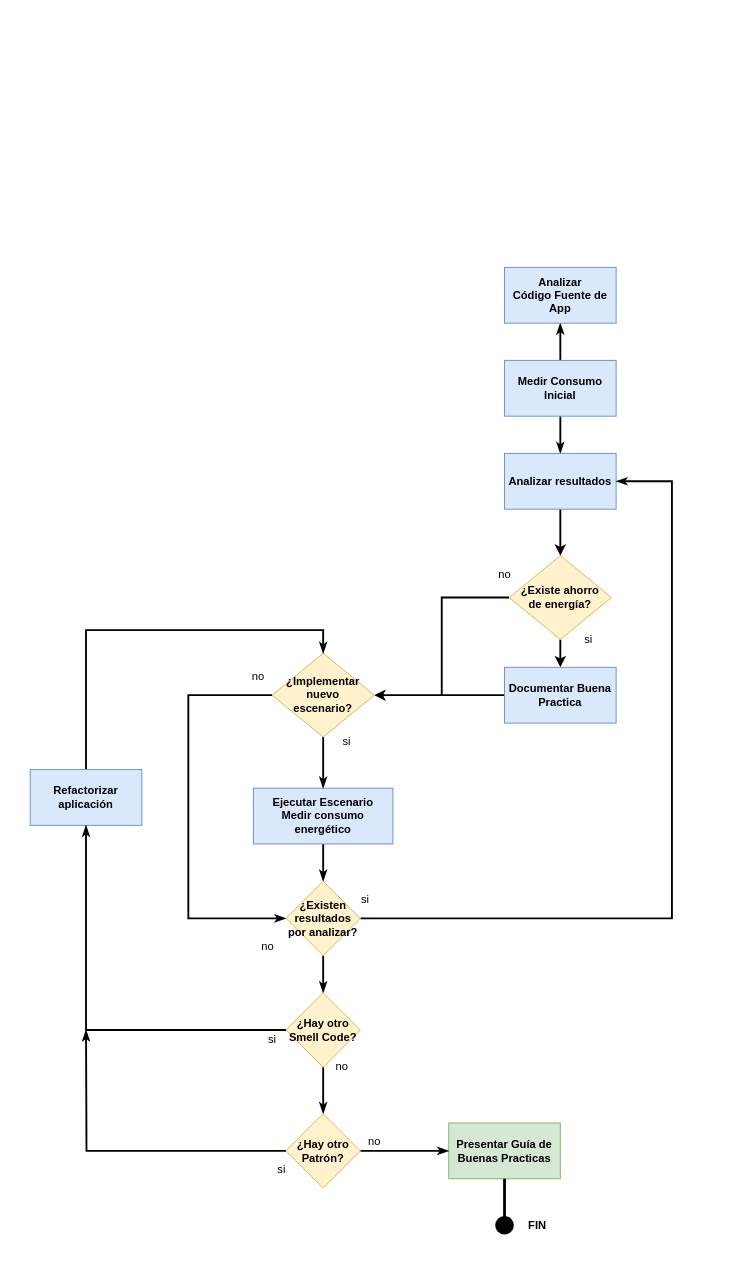
Above: page "Page-2" (2 of 2) of Estrategia de trabajo.drawio in XimenaB01/AgendaDocente (draw.io), before the change. Source tidied: cells renumbered, new cells numbered last; positions are measured from the earlier drawing's top-left corner, leaving out a move shared by most shapes. Both pictures are drawn from the tidied source at 93%, with x=0, y=0 at pixel (30, 267).
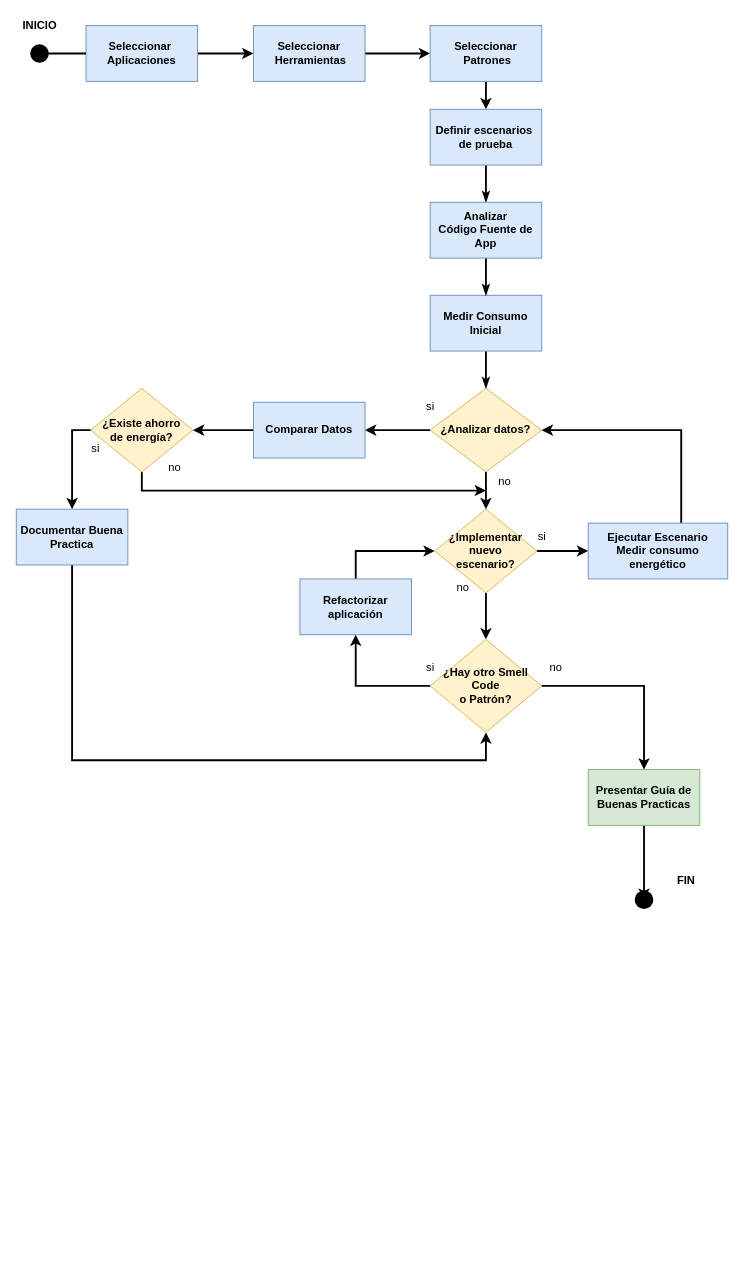
The same page after the edit.

What changed in the source:
```diff
@@
+    <mxCell id="44" style="edgeStyle=orthogonalEdgeStyle;rounded=0;jettySize=auto;html=1;strokeWidth=2;" parent="1" edge="1" source="45" target="47">
+      <mxGeometry relative="1" as="geometry" />
+    </mxCell>
+    <mxCell id="45" value="&lt;b&gt;Seleccionar&amp;nbsp; Aplicaciones&lt;/b&gt;" style="rounded=0;whiteSpace=wrap;html=1;fillColor=#dae8fc;strokeColor=#6c8ebf;" parent="1" vertex="1">
+      <mxGeometry x="60" y="-260" width="120" height="60" as="geometry" />
+    </mxCell>
+    <mxCell id="46" style="edgeStyle=orthogonalEdgeStyle;rounded=0;jettySize=auto;html=1;strokeWidth=2;" parent="1" edge="1" source="47" target="49">
+      <mxGeometry relative="1" as="geometry" />
+    </mxCell>
+    <mxCell id="47" value="&lt;b&gt;Seleccionar&lt;br&gt;&amp;nbsp;Herramientas&lt;/b&gt;" style="rounded=0;whiteSpace=wrap;html=1;fillColor=#dae8fc;strokeColor=#6c8ebf;" parent="1" vertex="1">
+      <mxGeometry x="240" y="-260" width="120" height="60" as="geometry" />
+    </mxCell>
+    <mxCell id="48" style="edgeStyle=orthogonalEdgeStyle;rounded=0;jettySize=auto;html=1;strokeWidth=2;" parent="1" edge="1" source="49" target="51">
+      <mxGeometry relative="1" as="geometry" />
+    </mxCell>
+    <mxCell id="49" value="&lt;b&gt;Seleccionar&lt;br&gt;&amp;nbsp;Patrones&lt;/b&gt;" style="rounded=0;whiteSpace=wrap;html=1;fillColor=#dae8fc;strokeColor=#6c8ebf;" parent="1" vertex="1">
+      <mxGeometry x="430" y="-260" width="120" height="60" as="geometry" />
+    </mxCell>
+    <mxCell id="50" style="edgeStyle=orthogonalEdgeStyle;rounded=0;jettySize=auto;html=1;entryX=0.5;entryY=0;entryDx=0;entryDy=0;endArrow=classicThin;endFill=1;strokeWidth=2;" parent="1" edge="1" source="51" target="38">
+      <mxGeometry relative="1" as="geometry" />
+    </mxCell>
+    <mxCell id="51" value="&lt;b&gt;Definir escenarios&amp;nbsp;&lt;br&gt;de prueba&lt;/b&gt;" style="rounded=0;whiteSpace=wrap;html=1;fillColor=#dae8fc;strokeColor=#6c8ebf;" parent="1" vertex="1">
+      <mxGeometry x="430" y="-170" width="120" height="60" as="geometry" />
+    </mxCell>
+    <mxCell id="52" style="edgeStyle=orthogonalEdgeStyle;rounded=0;jettySize=auto;html=1;entryX=0;entryY=0.5;entryDx=0;entryDy=0;endArrow=none;endFill=0;strokeWidth=2;" parent="1" edge="1" source="53" target="45">
+      <mxGeometry relative="1" as="geometry" />
+    </mxCell>
+    <mxCell id="53" style="shape=waypoint;sketch=0;size=6;points=[];fillColor=#000000;perimeter=centerPerimeter;snapToPoint=1;strokeColor=#000000;rounded=0;strokeWidth=8;" parent="1" vertex="1">
+      <mxGeometry x="-10" y="-250" width="40" height="40" as="geometry" />
+    </mxCell>
+    <mxCell id="54" value="&lt;b&gt;INICIO&lt;/b&gt;" style="text;html=1;align=center;verticalAlign=middle;strokeColor=none;fillColor=none;" parent="1" vertex="1">
+      <mxGeometry x="-15" y="-270" width="50" height="20" as="geometry" />
+    </mxCell>
-    <mxCell id="2" style="edgeStyle=orthogonalEdgeStyle;rounded=0;jettySize=auto;html=1;entryX=0.5;entryY=0;entryDx=0;entryDy=0;strokeWidth=2;" parent="1" edge="1" source="4" target="6">
+    <mxCell id="2" style="edgeStyle=orthogonalEdgeStyle;rounded=0;jettySize=auto;html=1;entryX=0.5;entryY=0;entryDx=0;entryDy=0;strokeWidth=2;exitX=0;exitY=0.5;exitDx=0;exitDy=0;" parent="1" edge="1" source="4" target="6">
       <mxGeometry relative="1" as="geometry" />
     </mxCell>
-    <mxCell id="3" style="edgeStyle=orthogonalEdgeStyle;rounded=0;jettySize=auto;html=1;entryX=1;entryY=0.5;entryDx=0;entryDy=0;strokeWidth=2;" parent="1" edge="1" source="4" target="21">
-      <mxGeometry relative="1" as="geometry" />
-    </mxCell>
-    <mxCell id="4" value="&lt;b&gt;¿Existe ahorro de&amp;nbsp;energía?&lt;/b&gt;" style="rhombus;whiteSpace=wrap;html=1;fillColor=#fff2cc;strokeColor=#d6b656;rounded=0;" parent="1" vertex="1">
-      <mxGeometry x="515" y="310" width="110" height="90" as="geometry" />
-    </mxCell>
-    <mxCell id="5" style="edgeStyle=orthogonalEdgeStyle;rounded=0;jettySize=auto;html=1;strokeWidth=2;endArrow=none;endFill=0;" parent="1" edge="1" source="6">
-      <mxGeometry relative="1" as="geometry">
-        <mxPoint x="440" y="460" as="targetPoint" />
-      </mxGeometry>
-    </mxCell>
+    <mxCell id="55" style="edgeStyle=orthogonalEdgeStyle;rounded=0;jettySize=auto;html=1;entryX=0.5;entryY=1;entryDx=0;entryDy=0;strokeWidth=2;exitX=0.5;exitY=1;exitDx=0;exitDy=0;" parent="1" edge="1" source="6" target="73">
+      <mxGeometry relative="1" as="geometry">
+        <Array as="points">
+          <mxPoint x="45" y="530" />
+          <mxPoint x="490" y="530" />
+        </Array>
+      </mxGeometry>
+    </mxCell>
     <mxCell id="6" value="&lt;b&gt;Documentar Buena Practica&lt;/b&gt;" style="whiteSpace=wrap;html=1;fillColor=#dae8fc;strokeColor=#6c8ebf;rounded=0;" parent="1" vertex="1">
-      <mxGeometry x="510" y="430" width="120" height="60" as="geometry" />
+      <mxGeometry x="-15" y="260" width="120" height="60" as="geometry" />
     </mxCell>
     <mxCell id="7" value="&lt;b&gt;FIN&lt;/b&gt;" style="text;html=1;align=center;verticalAlign=middle;strokeColor=none;fillColor=none;" parent="1" vertex="1">
-      <mxGeometry x="530" y="1020" width="30" height="20" as="geometry" />
+      <mxGeometry x="690" y="650" width="30" height="20" as="geometry" />
     </mxCell>
-    <mxCell id="8" style="edgeStyle=orthogonalEdgeStyle;rounded=0;jettySize=auto;html=1;strokeWidth=3;startArrow=none;" parent="1" edge="1" source="10">
-      <mxGeometry relative="1" as="geometry">
-        <mxPoint x="510" y="1030" as="targetPoint" />
-      </mxGeometry>
-    </mxCell>
+    <mxCell id="56" style="edgeStyle=orthogonalEdgeStyle;rounded=0;jettySize=auto;html=1;strokeWidth=2;" parent="1" edge="1" source="9" target="57">
+      <mxGeometry relative="1" as="geometry" />
+    </mxCell>
     <mxCell id="9" value="&lt;b&gt;Presentar Guía&amp;nbsp;de Buenas Practicas&lt;/b&gt;" style="whiteSpace=wrap;html=1;fillColor=#d5e8d4;strokeColor=#82b366;rounded=0;" parent="1" vertex="1">
-      <mxGeometry x="450" y="920" width="120" height="60" as="geometry" />
+      <mxGeometry x="600" y="540" width="120" height="60" as="geometry" />
     </mxCell>
-    <mxCell id="10" style="shape=waypoint;sketch=0;size=6;points=[];fillColor=#000000;perimeter=centerPerimeter;snapToPoint=1;strokeColor=#000000;rounded=0;strokeWidth=8;" parent="1" vertex="1">
-      <mxGeometry x="490" y="1010" width="40" height="40" as="geometry" />
-    </mxCell>
-    <mxCell id="11" style="edgeStyle=orthogonalEdgeStyle;rounded=0;jettySize=auto;html=1;strokeWidth=3;endArrow=none;exitX=0.5;exitY=1;exitDx=0;exitDy=0;" parent="1" edge="1" source="9" target="10">
-      <mxGeometry relative="1" as="geometry" />
-    </mxCell>
-    <mxCell id="12" style="edgeStyle=orthogonalEdgeStyle;rounded=0;jettySize=auto;html=1;entryX=0.5;entryY=0;entryDx=0;entryDy=0;endArrow=classicThin;endFill=1;strokeWidth=2;" parent="1" edge="1" source="14" target="16">
-      <mxGeometry relative="1" as="geometry" />
-    </mxCell>
-    <mxCell id="13" style="edgeStyle=orthogonalEdgeStyle;rounded=0;jettySize=auto;html=1;endArrow=classicThin;endFill=1;strokeWidth=2;" parent="1" edge="1" source="14" target="38">
-      <mxGeometry relative="1" as="geometry" />
-    </mxCell>
+    <mxCell id="57" style="shape=waypoint;sketch=0;size=6;points=[];fillColor=#000000;perimeter=centerPerimeter;snapToPoint=1;strokeColor=#000000;rounded=0;strokeWidth=8;" parent="1" vertex="1">
+      <mxGeometry x="640" y="660" width="40" height="40" as="geometry" />
+    </mxCell>
+    <mxCell id="58" style="edgeStyle=orthogonalEdgeStyle;rounded=0;jettySize=auto;html=1;entryX=0.5;entryY=0;entryDx=0;entryDy=0;endArrow=classicThin;endFill=1;strokeWidth=2;" parent="1" edge="1" source="14" target="66">
+      <mxGeometry relative="1" as="geometry" />
+    </mxCell>
     <mxCell id="14" value="&lt;b&gt;Medir Consumo Inicial&lt;/b&gt;" style="rounded=0;whiteSpace=wrap;html=1;fillColor=#dae8fc;strokeColor=#6c8ebf;" parent="1" vertex="1">
-      <mxGeometry x="510" y="100" width="120" height="60" as="geometry" />
+      <mxGeometry x="430" y="30" width="120" height="60" as="geometry" />
     </mxCell>
-    <mxCell id="15" style="edgeStyle=orthogonalEdgeStyle;rounded=0;jettySize=auto;html=1;strokeWidth=2;" parent="1" edge="1" source="16" target="4">
-      <mxGeometry relative="1" as="geometry" />
-    </mxCell>
-    <mxCell id="16" value="&lt;b&gt;Analizar resultados&lt;/b&gt;" style="whiteSpace=wrap;html=1;fillColor=#dae8fc;strokeColor=#6c8ebf;rounded=0;" parent="1" vertex="1">
-      <mxGeometry x="510" y="200" width="120" height="60" as="geometry" />
-    </mxCell>
-    <mxCell id="17" style="edgeStyle=orthogonalEdgeStyle;rounded=0;jettySize=auto;html=1;entryX=0.5;entryY=0;entryDx=0;entryDy=0;endArrow=classicThin;endFill=1;strokeWidth=2;" parent="1" edge="1" source="18" target="24">
-      <mxGeometry relative="1" as="geometry" />
-    </mxCell>
-    <mxCell id="18" value="&lt;b&gt;Ejecutar Escenario&lt;/b&gt;&lt;br&gt;&lt;b&gt;Medir consumo energético&lt;/b&gt;" style="rounded=0;whiteSpace=wrap;html=1;fillColor=#dae8fc;strokeColor=#6c8ebf;" parent="1" vertex="1">
-      <mxGeometry x="240" y="560" width="150" height="60" as="geometry" />
-    </mxCell>
-    <mxCell id="19" style="edgeStyle=orthogonalEdgeStyle;rounded=0;jettySize=auto;html=1;endArrow=classicThin;endFill=1;strokeWidth=2;" parent="1" edge="1" source="21" target="18">
-      <mxGeometry relative="1" as="geometry" />
-    </mxCell>
-    <mxCell id="20" style="edgeStyle=orthogonalEdgeStyle;rounded=0;jettySize=auto;html=1;entryX=0;entryY=0.5;entryDx=0;entryDy=0;endArrow=classicThin;endFill=1;strokeWidth=2;" parent="1" edge="1" source="21" target="24">
-      <mxGeometry relative="1" as="geometry">
-        <Array as="points">
-          <mxPoint x="170" y="460" />
-          <mxPoint x="170" y="700" />
-        </Array>
-      </mxGeometry>
-    </mxCell>
-    <mxCell id="21" value="&lt;b&gt;¿Implementar&lt;br&gt;nuevo&lt;br&gt;escenario?&lt;/b&gt;" style="rhombus;whiteSpace=wrap;html=1;fillColor=#fff2cc;strokeColor=#d6b656;rounded=0;" parent="1" vertex="1">
-      <mxGeometry x="260" y="415" width="110" height="90" as="geometry" />
-    </mxCell>
-    <mxCell id="22" style="edgeStyle=orthogonalEdgeStyle;rounded=0;jettySize=auto;html=1;endArrow=classicThin;endFill=1;strokeWidth=2;entryX=1;entryY=0.5;entryDx=0;entryDy=0;" parent="1" edge="1" source="24" target="16">
-      <mxGeometry relative="1" as="geometry">
-        <Array as="points">
-          <mxPoint x="690" y="700" />
-          <mxPoint x="690" y="230" />
-        </Array>
-      </mxGeometry>
-    </mxCell>
-    <mxCell id="23" style="edgeStyle=orthogonalEdgeStyle;rounded=0;jettySize=auto;html=1;endArrow=classicThin;endFill=1;strokeWidth=2;" parent="1" edge="1" source="24" target="35">
-      <mxGeometry relative="1" as="geometry" />
-    </mxCell>
-    <mxCell id="24" value="&lt;b&gt;¿Existen resultados por analizar?&lt;/b&gt;" style="rhombus;whiteSpace=wrap;html=1;fillColor=#fff2cc;strokeColor=#d6b656;rounded=0;" parent="1" vertex="1">
-      <mxGeometry x="275" y="660" width="80" height="80" as="geometry" />
-    </mxCell>
-    <mxCell id="25" style="edgeStyle=orthogonalEdgeStyle;rounded=0;jettySize=auto;html=1;endArrow=classicThin;endFill=1;strokeWidth=2;entryX=0.5;entryY=0;entryDx=0;entryDy=0;exitX=0.5;exitY=0;exitDx=0;exitDy=0;" parent="1" edge="1" source="26" target="21">
+    <mxCell id="25" style="edgeStyle=orthogonalEdgeStyle;rounded=0;jettySize=auto;html=1;entryX=0;entryY=0.5;entryDx=0;entryDy=0;strokeWidth=2;exitX=0.5;exitY=0;exitDx=0;exitDy=0;" parent="1" edge="1" source="26" target="21">
       <mxGeometry relative="1" as="geometry">
         <Array as="points">
-          <mxPoint x="60" y="390" />
-          <mxPoint x="315" y="390" />
+          <mxPoint x="350" y="305" />
         </Array>
       </mxGeometry>
     </mxCell>
     <mxCell id="26" value="&lt;b&gt;Refactorizar aplicación&lt;/b&gt;" style="whiteSpace=wrap;html=1;fillColor=#dae8fc;strokeColor=#6c8ebf;rounded=0;" parent="1" vertex="1">
-      <mxGeometry y="540" width="120" height="60" as="geometry" />
+      <mxGeometry x="290" y="335" width="120" height="60" as="geometry" />
     </mxCell>
-    <mxCell id="27" value="si" style="text;html=1;align=center;verticalAlign=middle;strokeColor=none;fillColor=none;" parent="1" vertex="1">
-      <mxGeometry x="590" y="390" width="20" height="20" as="geometry" />
-    </mxCell>
-    <mxCell id="28" value="no" style="text;html=1;align=center;verticalAlign=middle;strokeColor=none;fillColor=none;" parent="1" vertex="1">
-      <mxGeometry x="495" y="320" width="30" height="20" as="geometry" />
-    </mxCell>
-    <mxCell id="29" value="si" style="text;html=1;align=center;verticalAlign=middle;strokeColor=none;fillColor=none;" parent="1" vertex="1">
-      <mxGeometry x="330" y="500" width="20" height="20" as="geometry" />
-    </mxCell>
-    <mxCell id="30" value="no" style="text;html=1;align=center;verticalAlign=middle;strokeColor=none;fillColor=none;" parent="1" vertex="1">
-      <mxGeometry x="230" y="430" width="30" height="20" as="geometry" />
-    </mxCell>
-    <mxCell id="31" value="si" style="text;html=1;align=center;verticalAlign=middle;strokeColor=none;fillColor=none;" parent="1" vertex="1">
-      <mxGeometry x="350" y="670" width="20" height="20" as="geometry" />
-    </mxCell>
-    <mxCell id="32" value="no" style="text;html=1;align=center;verticalAlign=middle;strokeColor=none;fillColor=none;" parent="1" vertex="1">
-      <mxGeometry x="240" y="720" width="30" height="20" as="geometry" />
-    </mxCell>
-    <mxCell id="33" style="edgeStyle=orthogonalEdgeStyle;rounded=0;jettySize=auto;html=1;entryX=0.5;entryY=1;entryDx=0;entryDy=0;endArrow=classicThin;endFill=1;strokeWidth=2;" parent="1" edge="1" source="35" target="26">
-      <mxGeometry relative="1" as="geometry" />
-    </mxCell>
-    <mxCell id="34" style="edgeStyle=orthogonalEdgeStyle;rounded=0;jettySize=auto;html=1;endArrow=classicThin;endFill=1;strokeWidth=2;" parent="1" edge="1" source="35" target="41">
-      <mxGeometry relative="1" as="geometry" />
-    </mxCell>
-    <mxCell id="35" value="&lt;b&gt;¿Hay otro Smell Code?&lt;/b&gt;" style="rhombus;whiteSpace=wrap;html=1;fillColor=#fff2cc;strokeColor=#d6b656;rounded=0;" parent="1" vertex="1">
-      <mxGeometry x="275" y="780" width="80" height="80" as="geometry" />
-    </mxCell>
-    <mxCell id="36" value="si" style="text;html=1;align=center;verticalAlign=middle;strokeColor=none;fillColor=none;" parent="1" vertex="1">
-      <mxGeometry x="250" y="820" width="20" height="20" as="geometry" />
-    </mxCell>
-    <mxCell id="37" value="no" style="text;html=1;align=center;verticalAlign=middle;strokeColor=none;fillColor=none;" parent="1" vertex="1">
-      <mxGeometry x="320" y="850" width="30" height="20" as="geometry" />
-    </mxCell>
+    <mxCell id="59" value="si" style="text;html=1;align=center;verticalAlign=middle;strokeColor=none;fillColor=none;" parent="1" vertex="1">
+      <mxGeometry x="60" y="185" width="20" height="20" as="geometry" />
+    </mxCell>
+    <mxCell id="60" value="no" style="text;html=1;align=center;verticalAlign=middle;strokeColor=none;fillColor=none;" parent="1" vertex="1">
+      <mxGeometry x="140" y="205" width="30" height="20" as="geometry" />
+    </mxCell>
+    <mxCell id="61" value="si" style="text;html=1;align=center;verticalAlign=middle;strokeColor=none;fillColor=none;" parent="1" vertex="1">
+      <mxGeometry x="540" y="280" width="20" height="20" as="geometry" />
+    </mxCell>
+    <mxCell id="62" value="no" style="text;html=1;align=center;verticalAlign=middle;strokeColor=none;fillColor=none;" parent="1" vertex="1">
+      <mxGeometry x="550" y="420" width="30" height="20" as="geometry" />
+    </mxCell>
+    <mxCell id="63" style="edgeStyle=orthogonalEdgeStyle;rounded=0;jettySize=auto;html=1;entryX=0.5;entryY=0;entryDx=0;entryDy=0;endArrow=classicThin;endFill=1;strokeWidth=2;" parent="1" edge="1" source="38" target="14">
+      <mxGeometry relative="1" as="geometry" />
+    </mxCell>
     <mxCell id="38" value="&lt;b&gt;Analizar Código&amp;nbsp;Fuente de App&lt;/b&gt;" style="rounded=0;whiteSpace=wrap;html=1;fillColor=#dae8fc;strokeColor=#6c8ebf;" parent="1" vertex="1">
-      <mxGeometry x="510" width="120" height="60" as="geometry" />
+      <mxGeometry x="430" y="-70" width="120" height="60" as="geometry" />
     </mxCell>
-    <mxCell id="39" style="edgeStyle=orthogonalEdgeStyle;rounded=0;jettySize=auto;html=1;exitX=0;exitY=0.5;exitDx=0;exitDy=0;endArrow=classicThin;endFill=1;strokeWidth=2;" parent="1" edge="1" source="41">
-      <mxGeometry relative="1" as="geometry">
-        <mxPoint x="60" y="820" as="targetPoint" />
-      </mxGeometry>
-    </mxCell>
-    <mxCell id="40" style="edgeStyle=orthogonalEdgeStyle;rounded=0;jettySize=auto;html=1;entryX=0;entryY=0.5;entryDx=0;entryDy=0;endArrow=classicThin;endFill=1;strokeWidth=2;" parent="1" edge="1" source="41" target="9">
-      <mxGeometry relative="1" as="geometry" />
-    </mxCell>
-    <mxCell id="41" value="&lt;b&gt;¿Hay otro Patrón?&lt;/b&gt;" style="rhombus;whiteSpace=wrap;html=1;fillColor=#fff2cc;strokeColor=#d6b656;rounded=0;" parent="1" vertex="1">
-      <mxGeometry x="275" y="910" width="80" height="80" as="geometry" />
-    </mxCell>
-    <mxCell id="42" value="si" style="text;html=1;align=center;verticalAlign=middle;strokeColor=none;fillColor=none;" parent="1" vertex="1">
-      <mxGeometry x="260" y="960" width="20" height="20" as="geometry" />
-    </mxCell>
-    <mxCell id="43" value="no" style="text;html=1;align=center;verticalAlign=middle;strokeColor=none;fillColor=none;" parent="1" vertex="1">
-      <mxGeometry x="355" y="930" width="30" height="20" as="geometry" />
-    </mxCell>
+    <mxCell id="64" style="edgeStyle=orthogonalEdgeStyle;rounded=0;jettySize=auto;html=1;entryX=0.5;entryY=0;entryDx=0;entryDy=0;strokeWidth=2;" parent="1" edge="1" source="66" target="21">
+      <mxGeometry relative="1" as="geometry" />
+    </mxCell>
+    <mxCell id="65" style="edgeStyle=orthogonalEdgeStyle;rounded=0;jettySize=auto;html=1;strokeWidth=2;" parent="1" edge="1" source="66" target="75">
+      <mxGeometry relative="1" as="geometry" />
+    </mxCell>
+    <mxCell id="66" value="&lt;b&gt;¿Analizar datos?&lt;/b&gt;" style="rhombus;whiteSpace=wrap;html=1;fillColor=#fff2cc;strokeColor=#d6b656;rounded=0;" parent="1" vertex="1">
+      <mxGeometry x="430" y="130" width="120" height="90" as="geometry" />
+    </mxCell>
+    <mxCell id="67" style="edgeStyle=orthogonalEdgeStyle;rounded=0;jettySize=auto;html=1;entryX=0.5;entryY=0;entryDx=0;entryDy=0;strokeWidth=2;" parent="1" edge="1" source="21" target="73">
+      <mxGeometry relative="1" as="geometry" />
+    </mxCell>
+    <mxCell id="19" style="edgeStyle=orthogonalEdgeStyle;rounded=0;jettySize=auto;html=1;strokeWidth=2;entryX=0;entryY=0.5;entryDx=0;entryDy=0;" parent="1" edge="1" source="21" target="18">
+      <mxGeometry relative="1" as="geometry" />
+    </mxCell>
+    <mxCell id="21" value="&lt;b&gt;¿Implementar&lt;br&gt;nuevo&lt;br&gt;escenario?&lt;/b&gt;" style="rhombus;whiteSpace=wrap;html=1;fillColor=#fff2cc;strokeColor=#d6b656;rounded=0;" parent="1" vertex="1">
+      <mxGeometry x="435" y="260" width="110" height="90" as="geometry" />
+    </mxCell>
+    <mxCell id="68" value="si" style="text;html=1;align=center;verticalAlign=middle;strokeColor=none;fillColor=none;" parent="1" vertex="1">
+      <mxGeometry x="420" y="140" width="20" height="20" as="geometry" />
+    </mxCell>
+    <mxCell id="69" value="no" style="text;html=1;align=center;verticalAlign=middle;strokeColor=none;fillColor=none;" parent="1" vertex="1">
+      <mxGeometry x="495" y="220" width="30" height="20" as="geometry" />
+    </mxCell>
+    <mxCell id="70" value="no" style="text;html=1;align=center;verticalAlign=middle;strokeColor=none;fillColor=none;" parent="1" vertex="1">
+      <mxGeometry x="450" y="335" width="30" height="20" as="geometry" />
+    </mxCell>
+    <mxCell id="71" style="edgeStyle=orthogonalEdgeStyle;rounded=0;jettySize=auto;html=1;entryX=0.5;entryY=0;entryDx=0;entryDy=0;strokeWidth=2;" parent="1" edge="1" source="73" target="9">
+      <mxGeometry relative="1" as="geometry" />
+    </mxCell>
+    <mxCell id="72" style="edgeStyle=orthogonalEdgeStyle;rounded=0;jettySize=auto;html=1;entryX=0.5;entryY=1;entryDx=0;entryDy=0;strokeWidth=2;" parent="1" edge="1" source="73" target="26">
+      <mxGeometry relative="1" as="geometry" />
+    </mxCell>
+    <mxCell id="73" value="&lt;b&gt;¿Hay otro Smell Code &lt;br&gt;o Patrón?&lt;/b&gt;" style="rhombus;whiteSpace=wrap;html=1;fillColor=#fff2cc;strokeColor=#d6b656;rounded=0;" parent="1" vertex="1">
+      <mxGeometry x="430" y="400" width="120" height="100" as="geometry" />
+    </mxCell>
+    <mxCell id="74" style="edgeStyle=orthogonalEdgeStyle;rounded=0;jettySize=auto;html=1;strokeWidth=2;" parent="1" edge="1" source="75" target="4">
+      <mxGeometry relative="1" as="geometry" />
+    </mxCell>
+    <mxCell id="75" value="&lt;b&gt;Comparar Datos&lt;/b&gt;" style="whiteSpace=wrap;html=1;fillColor=#dae8fc;strokeColor=#6c8ebf;rounded=0;" parent="1" vertex="1">
+      <mxGeometry x="240" y="145" width="120" height="60" as="geometry" />
+    </mxCell>
+    <mxCell id="76" style="edgeStyle=orthogonalEdgeStyle;rounded=0;jettySize=auto;html=1;strokeWidth=2;" parent="1" edge="1" source="4">
+      <mxGeometry relative="1" as="geometry">
+        <mxPoint x="490" y="240" as="targetPoint" />
+        <Array as="points">
+          <mxPoint x="120" y="240" />
+        </Array>
+      </mxGeometry>
+    </mxCell>
+    <mxCell id="4" value="&lt;b&gt;¿Existe ahorro de&amp;nbsp;energía?&lt;/b&gt;" style="rhombus;whiteSpace=wrap;html=1;fillColor=#fff2cc;strokeColor=#d6b656;rounded=0;" parent="1" vertex="1">
+      <mxGeometry x="65" y="130" width="110" height="90" as="geometry" />
+    </mxCell>
+    <mxCell id="77" style="edgeStyle=orthogonalEdgeStyle;rounded=0;jettySize=auto;html=1;strokeWidth=2;entryX=1;entryY=0.5;entryDx=0;entryDy=0;" parent="1" edge="1" source="18" target="66">
+      <mxGeometry relative="1" as="geometry">
+        <Array as="points">
+          <mxPoint x="700" y="175" />
+        </Array>
+      </mxGeometry>
+    </mxCell>
+    <mxCell id="18" value="&lt;b&gt;Ejecutar Escenario&lt;/b&gt;&lt;br&gt;&lt;b&gt;Medir consumo energético&lt;/b&gt;" style="rounded=0;whiteSpace=wrap;html=1;fillColor=#dae8fc;strokeColor=#6c8ebf;" parent="1" vertex="1">
+      <mxGeometry x="600" y="275" width="150" height="60" as="geometry" />
+    </mxCell>
+    <mxCell id="78" value="si" style="text;html=1;align=center;verticalAlign=middle;strokeColor=none;fillColor=none;" parent="1" vertex="1">
+      <mxGeometry x="420" y="420" width="20" height="20" as="geometry" />
+    </mxCell>
```
